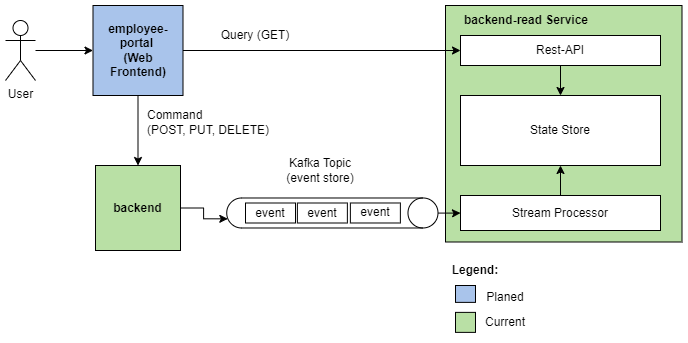
Before: docs/architecture.png, a diagram exported from draw.io (floste7/employee-coding-challenge). Source tidied: cells renumbered, new cells last; positions are measured from the earlier drawing's top-left corner, leaving out a move shared by most shapes.
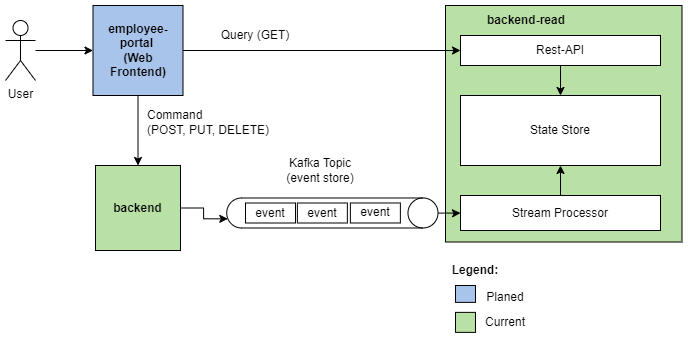
Above is the later version.

Diff of the diagram source:
```diff
@@ -41,7 +41,7 @@
     <mxCell id="14" value="Rest-API" style="rounded=0;whiteSpace=wrap;html=1;" parent="1" vertex="1">
       <mxGeometry x="455" y="30" width="200" height="30" as="geometry" />
     </mxCell>
-    <mxCell id="15" value="&lt;b&gt;backend-read Service&lt;/b&gt;" style="text;html=1;strokeColor=none;fillColor=none;align=center;verticalAlign=middle;whiteSpace=wrap;rounded=0;" parent="1" vertex="1">
+    <mxCell id="15" value="&lt;b&gt;backend-read&lt;/b&gt;" style="text;html=1;strokeColor=none;fillColor=none;align=center;verticalAlign=middle;whiteSpace=wrap;rounded=0;" parent="1" vertex="1">
       <mxGeometry x="440" width="161.5" height="30" as="geometry" />
     </mxCell>
     <mxCell id="16" value="State Store" style="rounded=0;whiteSpace=wrap;html=1;" parent="1" vertex="1">
```
